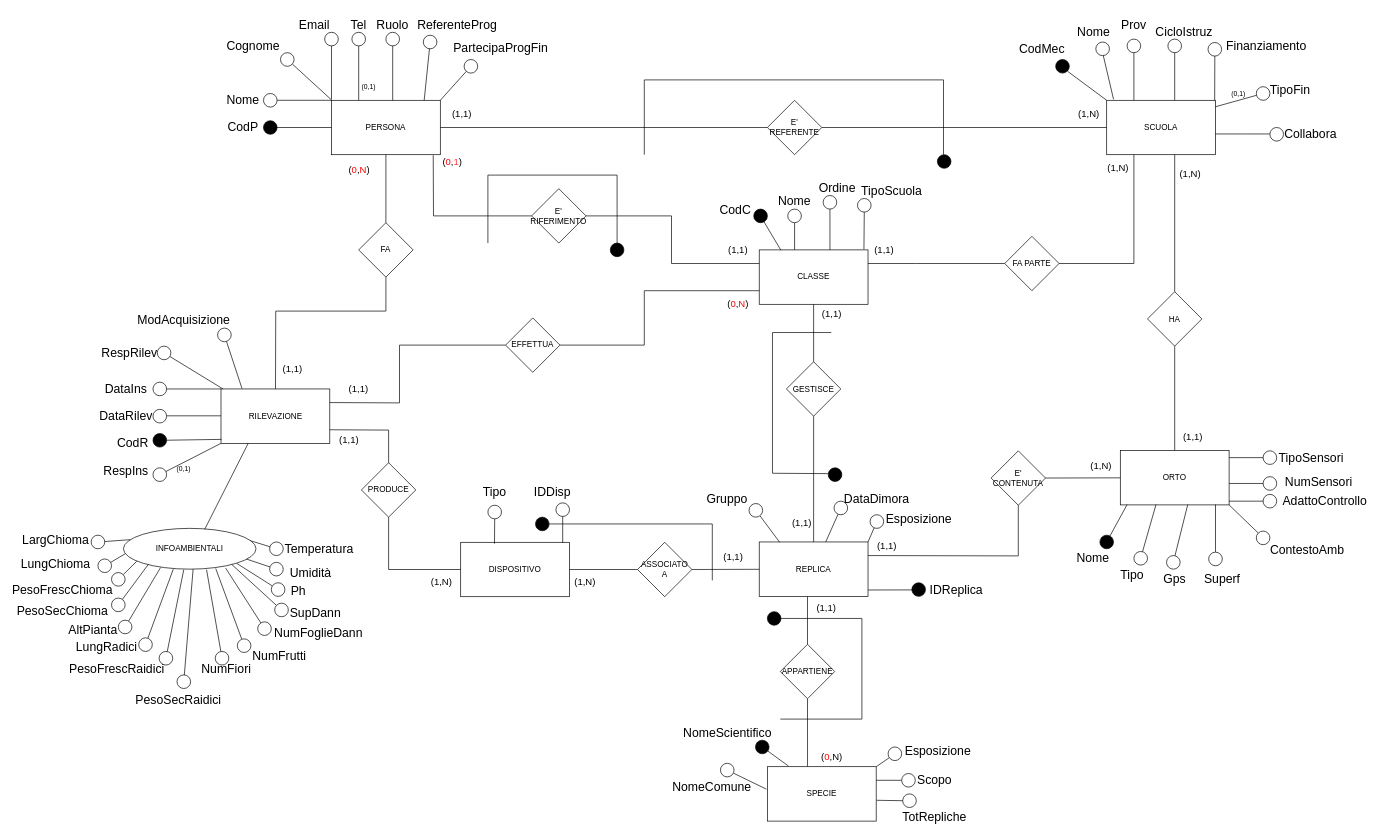
The draw.io diagram BD_ER_2023.drawio in pizzo-kyle/unige, before the edit. Source tidied: cells renumbered, new cells numbered last; positions are measured from the earlier drawing's top-left corner, leaving out a move shared by most shapes. Both pictures are drawn from the tidied source at 68%, with x=0, y=0 at pixel (40, 12).
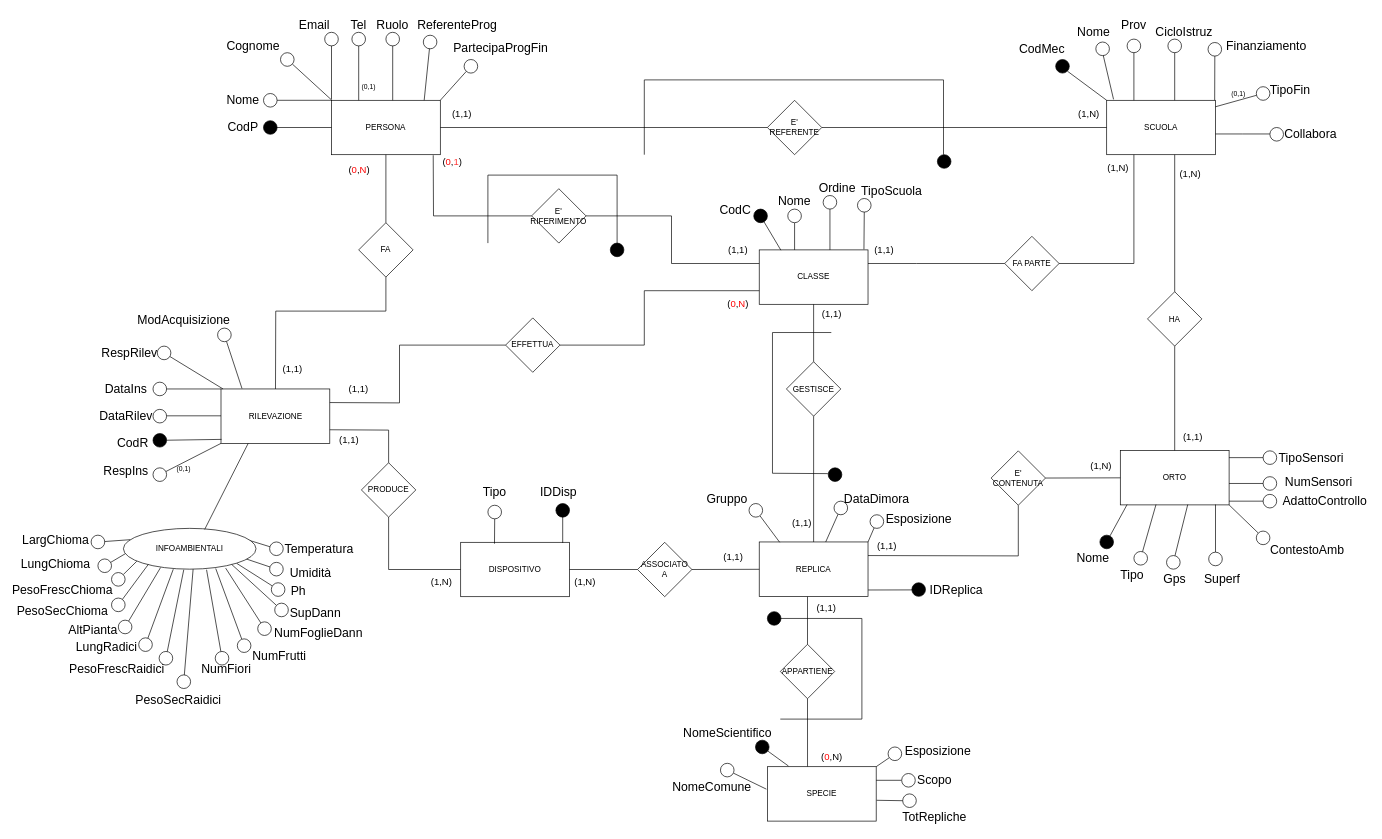
Above is the later version.

Change to the diagram source:
```diff
@@
     <mxCell id="155" value="&lt;span style=&quot;font-size: 18px;&quot;&gt;IDDisp&lt;/span&gt;" style="text;html=1;strokeColor=none;fillColor=none;align=center;verticalAlign=middle;whiteSpace=wrap;rounded=0;" parent="1" vertex="1">
-      <mxGeometry x="728" y="691" width="50" height="30" as="geometry" />
+      <mxGeometry x="737.3" y="691" width="50" height="30" as="geometry" />
     </mxCell>
@@
-    <mxCell id="240" style="endArrow=none;html=1;rounded=0;" parent="1" edge="1" source="251">
-      <mxGeometry relative="1" as="geometry">
-        <mxPoint x="988" y="836" as="targetPoint" />
-        <Array as="points">
-          <mxPoint x="988" y="753" />
-        </Array>
-      </mxGeometry>
-    </mxCell>
@@
-    <mxCell id="250" style="endArrow=none;html=1;rounded=0;" parent="1" edge="1" target="251">
-      <mxGeometry relative="1" as="geometry">
-        <mxPoint x="738" y="750" as="sourcePoint" />
-      </mxGeometry>
-    </mxCell>
     <mxCell id="251" style="ellipse;whiteSpace=wrap;html=1;fillColor=#000000;direction=south;gradientColor=none;" parent="1" vertex="1">
-      <mxGeometry x="728" y="743" width="20" height="20" as="geometry" />
+      <mxGeometry x="758" y="723" width="20" height="20" as="geometry" />
     </mxCell>
-    <mxCell id="252" style="ellipse;whiteSpace=wrap;html=1;fillColor=#FFFFFF;direction=south;gradientColor=none;" parent="1" vertex="1">
-      <mxGeometry x="758" y="722" width="20" height="20" as="geometry" />
-    </mxCell>
```
